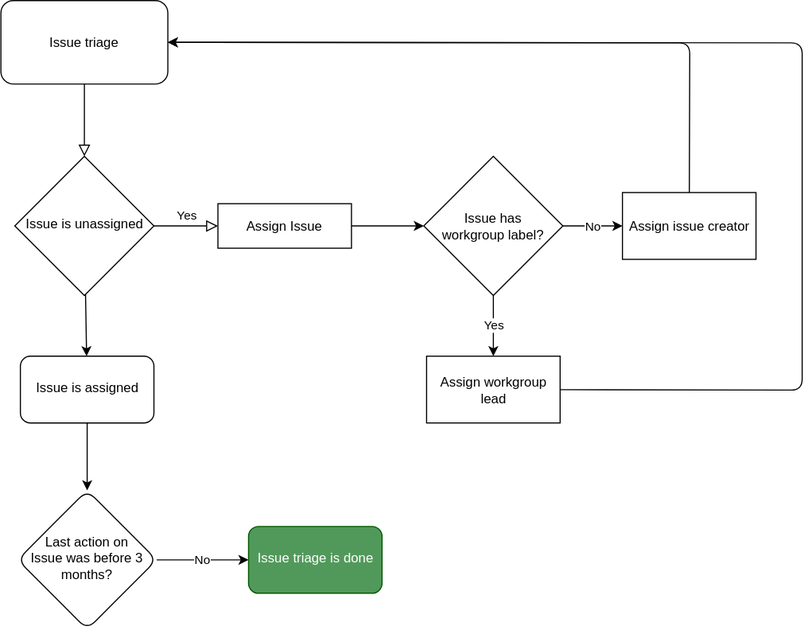
Before: doc/modules/compendium/assets/images/ticket_triage.drawio.svg, a diagram exported from draw.io (asam-ev/asam-project-guide). Source tidied: cells renumbered, new cells last; positions are measured from the earlier drawing's top-left corner, leaving out a move shared by most shapes. Its diagram source:
```xml
<mxGraphModel>
  <root>
    <mxCell id="0" />
    <mxCell id="1" parent="0" />
    <mxCell id="2" style="rounded=0;html=1;jettySize=auto;fontSize=11;endArrow=block;endFill=0;endSize=8;strokeWidth=1;shadow=0;labelBackgroundColor=none;edgeStyle=orthogonalEdgeStyle;" parent="1" edge="1" source="3" target="6">
      <mxGeometry relative="1" as="geometry" />
    </mxCell>
    <mxCell id="3" value="Issue triage" style="rounded=1;whiteSpace=wrap;html=1;fontSize=12;glass=0;strokeWidth=1;shadow=0;" parent="1" vertex="1">
      <mxGeometry width="150" height="75" as="geometry" />
    </mxCell>
    <mxCell id="4" value="Yes" style="edgeStyle=orthogonalEdgeStyle;rounded=0;html=1;jettySize=auto;fontSize=11;endArrow=block;endFill=0;endSize=8;strokeWidth=1;shadow=0;labelBackgroundColor=none;" parent="1" edge="1" source="6" target="8">
      <mxGeometry y="10" relative="1" as="geometry" />
    </mxCell>
    <mxCell id="5" style="edgeStyle=none;html=1;" parent="1" edge="1" source="6" target="17">
      <mxGeometry relative="1" as="geometry" />
    </mxCell>
    <mxCell id="6" value="Issue is unassigned" style="rhombus;whiteSpace=wrap;html=1;shadow=0;fontFamily=Helvetica;fontSize=12;align=center;strokeWidth=1;spacing=6;spacingTop=-4;" parent="1" vertex="1">
      <mxGeometry x="12.5" y="140" width="125" height="125" as="geometry" />
    </mxCell>
    <mxCell id="7" style="edgeStyle=orthogonalEdgeStyle;rounded=0;jettySize=auto;html=1;" parent="1" edge="1" source="8" target="11">
      <mxGeometry relative="1" as="geometry" />
    </mxCell>
    <mxCell id="8" value="Assign Issue" style="rounded=0;whiteSpace=wrap;html=1;fontSize=12;glass=0;strokeWidth=1;shadow=0;" parent="1" vertex="1">
      <mxGeometry x="195" y="182.5" width="120" height="40" as="geometry" />
    </mxCell>
    <mxCell id="9" value="Yes" style="edgeStyle=orthogonalEdgeStyle;rounded=0;jettySize=auto;html=1;" parent="1" edge="1" source="11" target="13">
      <mxGeometry relative="1" as="geometry" />
    </mxCell>
    <mxCell id="10" value="No" style="edgeStyle=orthogonalEdgeStyle;rounded=0;jettySize=auto;html=1;" parent="1" edge="1" source="11" target="15">
      <mxGeometry relative="1" as="geometry" />
    </mxCell>
    <mxCell id="11" value="Issue has&lt;br&gt;workgroup label?" style="rhombus;whiteSpace=wrap;html=1;rounded=0;glass=0;strokeWidth=1;shadow=0;" parent="1" vertex="1">
      <mxGeometry x="380" y="140" width="125" height="125" as="geometry" />
    </mxCell>
    <mxCell id="12" style="edgeStyle=none;html=1;entryX=1;entryY=0.5;entryDx=0;entryDy=0;" parent="1" edge="1" source="13" target="3">
      <mxGeometry relative="1" as="geometry">
        <Array as="points">
          <mxPoint x="720" y="350" />
          <mxPoint x="720" y="38" />
        </Array>
      </mxGeometry>
    </mxCell>
    <mxCell id="13" value="Assign workgroup lead" style="whiteSpace=wrap;html=1;rounded=0;glass=0;strokeWidth=1;shadow=0;" parent="1" vertex="1">
      <mxGeometry x="382.5" y="319.5" width="120" height="60" as="geometry" />
    </mxCell>
    <mxCell id="14" style="edgeStyle=none;html=1;entryX=1;entryY=0.5;entryDx=0;entryDy=0;" parent="1" edge="1" source="15" target="3">
      <mxGeometry relative="1" as="geometry">
        <Array as="points">
          <mxPoint x="619" y="38" />
        </Array>
      </mxGeometry>
    </mxCell>
    <mxCell id="15" value="Assign issue creator" style="whiteSpace=wrap;html=1;rounded=0;glass=0;strokeWidth=1;shadow=0;" parent="1" vertex="1">
      <mxGeometry x="558.5" y="172.5" width="120" height="60" as="geometry" />
    </mxCell>
    <mxCell id="16" style="edgeStyle=none;html=1;" parent="1" edge="1" source="17" target="19">
      <mxGeometry relative="1" as="geometry" />
    </mxCell>
    <mxCell id="17" value="Issue is assigned" style="rounded=1;whiteSpace=wrap;html=1;shadow=0;strokeWidth=1;spacing=6;spacingTop=-4;" parent="1" vertex="1">
      <mxGeometry x="17.5" y="319.5" width="120" height="60" as="geometry" />
    </mxCell>
    <mxCell id="18" value="No" style="edgeStyle=none;html=1;" parent="1" edge="1" source="19" target="20">
      <mxGeometry relative="1" as="geometry" />
    </mxCell>
    <mxCell id="19" value="Last action on&lt;br&gt;Issue was before 3 months?" style="rhombus;whiteSpace=wrap;html=1;rounded=1;shadow=0;strokeWidth=1;spacing=6;spacingTop=-4;" parent="1" vertex="1">
      <mxGeometry x="15" y="440" width="125" height="125" as="geometry" />
    </mxCell>
    <mxCell id="20" value="Issue triage is done" style="whiteSpace=wrap;html=1;rounded=1;shadow=0;strokeWidth=1;spacing=6;spacingTop=-4;fillColor=#51995B;fontColor=#ffffff;strokeColor=#005700;" parent="1" vertex="1">
      <mxGeometry x="222.5" y="472.5" width="120" height="60" as="geometry" />
    </mxCell>
  </root>
</mxGraphModel>
```
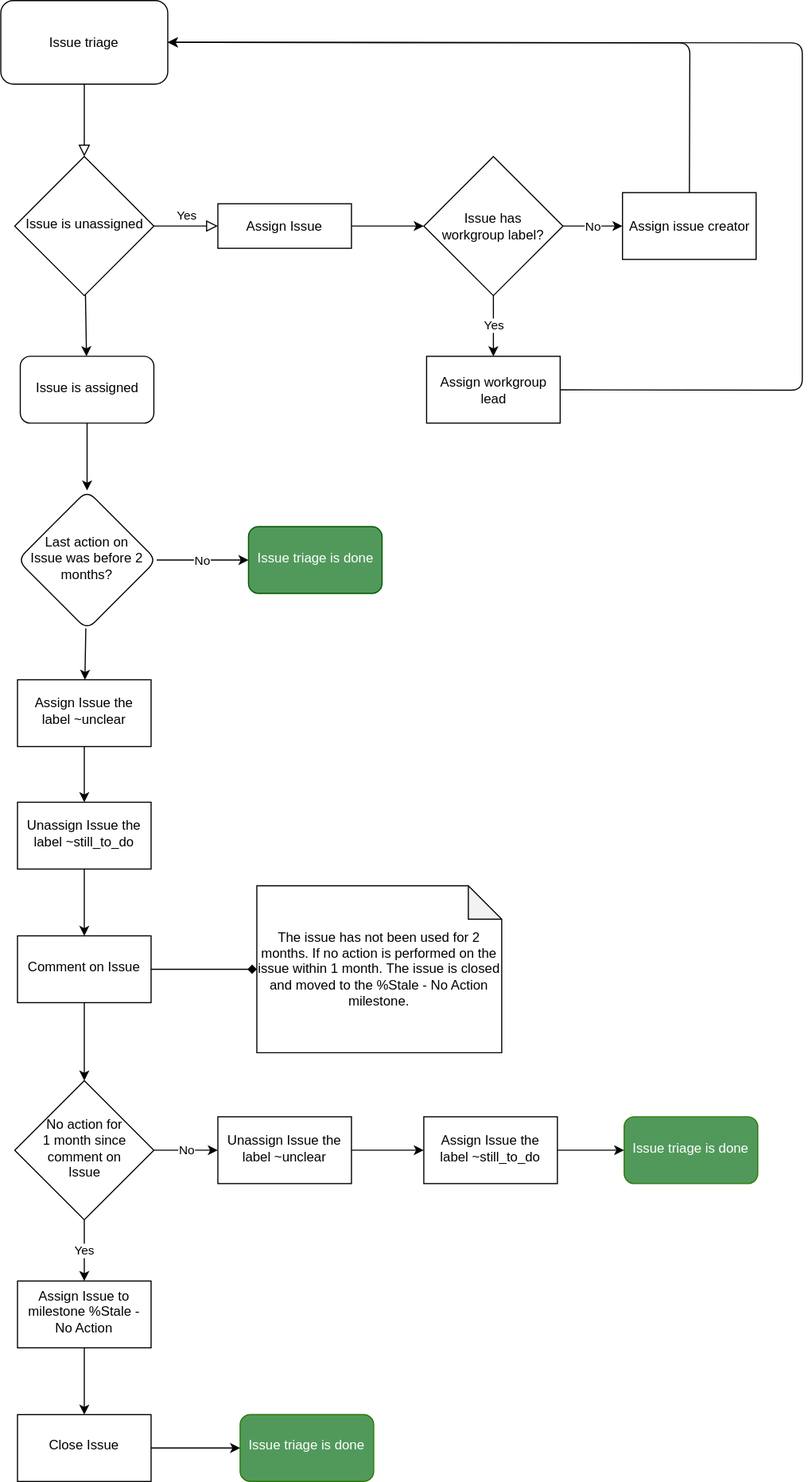
After the commit.

Commit message:
Added second part of the triage - for first review

What changed in the source:
```diff
@@ -62,11 +62,77 @@
     <mxCell id="18" value="No" style="edgeStyle=none;html=1;" parent="1" edge="1" source="19" target="20">
       <mxGeometry relative="1" as="geometry" />
     </mxCell>
+    <mxCell id="21" style="edgeStyle=none;html=1;" parent="1" edge="1" source="19" target="23">
+      <mxGeometry relative="1" as="geometry" />
+    </mxCell>
-    <mxCell id="19" value="Last action on&lt;br&gt;Issue was before 3 months?" style="rhombus;whiteSpace=wrap;html=1;rounded=1;shadow=0;strokeWidth=1;spacing=6;spacingTop=-4;" parent="1" vertex="1">
+    <mxCell id="19" value="Last action on&lt;br&gt;Issue was before 2 months?" style="rhombus;whiteSpace=wrap;html=1;rounded=1;shadow=0;strokeWidth=1;spacing=6;spacingTop=-4;" parent="1" vertex="1">
       <mxGeometry x="15" y="440" width="125" height="125" as="geometry" />
     </mxCell>
     <mxCell id="20" value="Issue triage is done" style="whiteSpace=wrap;html=1;rounded=1;shadow=0;strokeWidth=1;spacing=6;spacingTop=-4;fillColor=#51995B;fontColor=#ffffff;strokeColor=#005700;" parent="1" vertex="1">
       <mxGeometry x="222.5" y="472.5" width="120" height="60" as="geometry" />
     </mxCell>
+    <mxCell id="22" style="edgeStyle=none;html=1;" parent="1" edge="1" source="23" target="25">
+      <mxGeometry relative="1" as="geometry" />
+    </mxCell>
+    <mxCell id="23" value="Assign Issue the label ~unclear" style="whiteSpace=wrap;html=1;rounded=0;shadow=0;strokeWidth=1;spacing=6;spacingTop=-4;" parent="1" vertex="1">
+      <mxGeometry x="15" y="610" width="120" height="60" as="geometry" />
+    </mxCell>
+    <mxCell id="24" style="edgeStyle=none;html=1;" parent="1" edge="1" source="25" target="28">
+      <mxGeometry relative="1" as="geometry" />
+    </mxCell>
+    <mxCell id="25" value="Unassign Issue the label ~still_to_do" style="rounded=0;whiteSpace=wrap;html=1;shadow=0;strokeWidth=1;spacing=6;spacingTop=-4;" parent="1" vertex="1">
+      <mxGeometry x="15" y="720" width="120" height="60" as="geometry" />
+    </mxCell>
+    <mxCell id="26" style="edgeStyle=none;html=1;endArrow=diamond;endFill=1;" parent="1" edge="1" source="28" target="29">
+      <mxGeometry relative="1" as="geometry" />
+    </mxCell>
+    <mxCell id="27" style="edgeStyle=none;html=1;startArrow=none;startFill=0;endArrow=classic;endFill=1;" parent="1" edge="1" source="28" target="32">
+      <mxGeometry relative="1" as="geometry" />
+    </mxCell>
+    <mxCell id="28" value="Comment on Issue" style="rounded=0;whiteSpace=wrap;html=1;shadow=0;strokeWidth=1;spacing=6;spacingTop=-4;" parent="1" vertex="1">
+      <mxGeometry x="15" y="840" width="120" height="60" as="geometry" />
+    </mxCell>
+    <mxCell id="29" value="The issue has not been used for 2 months. If no action is performed on the issue within 1 month. The issue is closed and moved to the %Stale - No Action milestone." style="shape=note;whiteSpace=wrap;html=1;backgroundOutline=1;darkOpacity=0.05;rounded=0;" parent="1" vertex="1">
+      <mxGeometry x="230" y="795" width="220" height="150" as="geometry" />
+    </mxCell>
+    <mxCell id="30" value="Yes" style="edgeStyle=none;html=1;startArrow=none;startFill=0;endArrow=classic;endFill=1;" parent="1" edge="1" source="32" target="34">
+      <mxGeometry relative="1" as="geometry" />
+    </mxCell>
+    <mxCell id="31" value="No" style="edgeStyle=none;html=1;" parent="1" edge="1" source="32" target="39">
+      <mxGeometry relative="1" as="geometry" />
+    </mxCell>
+    <mxCell id="32" value="No action for&lt;br&gt;1 month since comment on&lt;br&gt;Issue" style="rhombus;whiteSpace=wrap;html=1;rounded=0;shadow=0;strokeWidth=1;spacing=6;spacingTop=-4;" parent="1" vertex="1">
+      <mxGeometry x="12.5" y="970" width="125" height="125" as="geometry" />
+    </mxCell>
+    <mxCell id="33" style="edgeStyle=none;html=1;startArrow=none;startFill=0;endArrow=classic;endFill=1;" parent="1" edge="1" source="34" target="36">
+      <mxGeometry relative="1" as="geometry" />
+    </mxCell>
+    <mxCell id="34" value="Assign Issue to milestone %Stale - No Action" style="rounded=0;whiteSpace=wrap;html=1;shadow=0;strokeWidth=1;spacing=6;spacingTop=-4;" parent="1" vertex="1">
+      <mxGeometry x="15" y="1150" width="120" height="60" as="geometry" />
+    </mxCell>
+    <mxCell id="35" style="edgeStyle=none;html=1;startArrow=none;startFill=0;endArrow=classic;endFill=1;" parent="1" edge="1" source="36" target="37">
+      <mxGeometry relative="1" as="geometry" />
+    </mxCell>
+    <mxCell id="36" value="Close Issue" style="whiteSpace=wrap;html=1;rounded=0;shadow=0;strokeWidth=1;spacing=6;spacingTop=-4;" parent="1" vertex="1">
+      <mxGeometry x="15" y="1270" width="120" height="60" as="geometry" />
+    </mxCell>
+    <mxCell id="37" value="Issue triage is done" style="whiteSpace=wrap;html=1;rounded=1;shadow=0;strokeWidth=1;spacing=6;spacingTop=-4;fillColor=#51995B;fontColor=#ffffff;strokeColor=#2D7600;" parent="1" vertex="1">
+      <mxGeometry x="215" y="1270" width="120" height="60" as="geometry" />
+    </mxCell>
+    <mxCell id="38" style="edgeStyle=none;html=1;" parent="1" edge="1" source="39" target="41">
+      <mxGeometry relative="1" as="geometry" />
+    </mxCell>
+    <mxCell id="39" value="Unassign Issue the label ~unclear" style="rounded=0;whiteSpace=wrap;html=1;shadow=0;strokeWidth=1;spacing=6;spacingTop=-4;" parent="1" vertex="1">
+      <mxGeometry x="195" y="1002.5" width="120" height="60" as="geometry" />
+    </mxCell>
+    <mxCell id="40" style="edgeStyle=none;html=1;" parent="1" edge="1" source="41" target="42">
+      <mxGeometry relative="1" as="geometry" />
+    </mxCell>
+    <mxCell id="41" value="Assign Issue the label ~still_to_do" style="whiteSpace=wrap;html=1;rounded=0;shadow=0;strokeWidth=1;spacing=6;spacingTop=-4;" parent="1" vertex="1">
+      <mxGeometry x="380" y="1002.5" width="120" height="60" as="geometry" />
+    </mxCell>
+    <mxCell id="42" value="Issue triage is done" style="whiteSpace=wrap;html=1;rounded=1;shadow=0;strokeWidth=1;spacing=6;spacingTop=-4;fillColor=#51995B;fontColor=#ffffff;strokeColor=#2D7600;" parent="1" vertex="1">
+      <mxGeometry x="560" y="1002.5" width="120" height="60" as="geometry" />
+    </mxCell>
   </root>
 </mxGraphModel>
```
